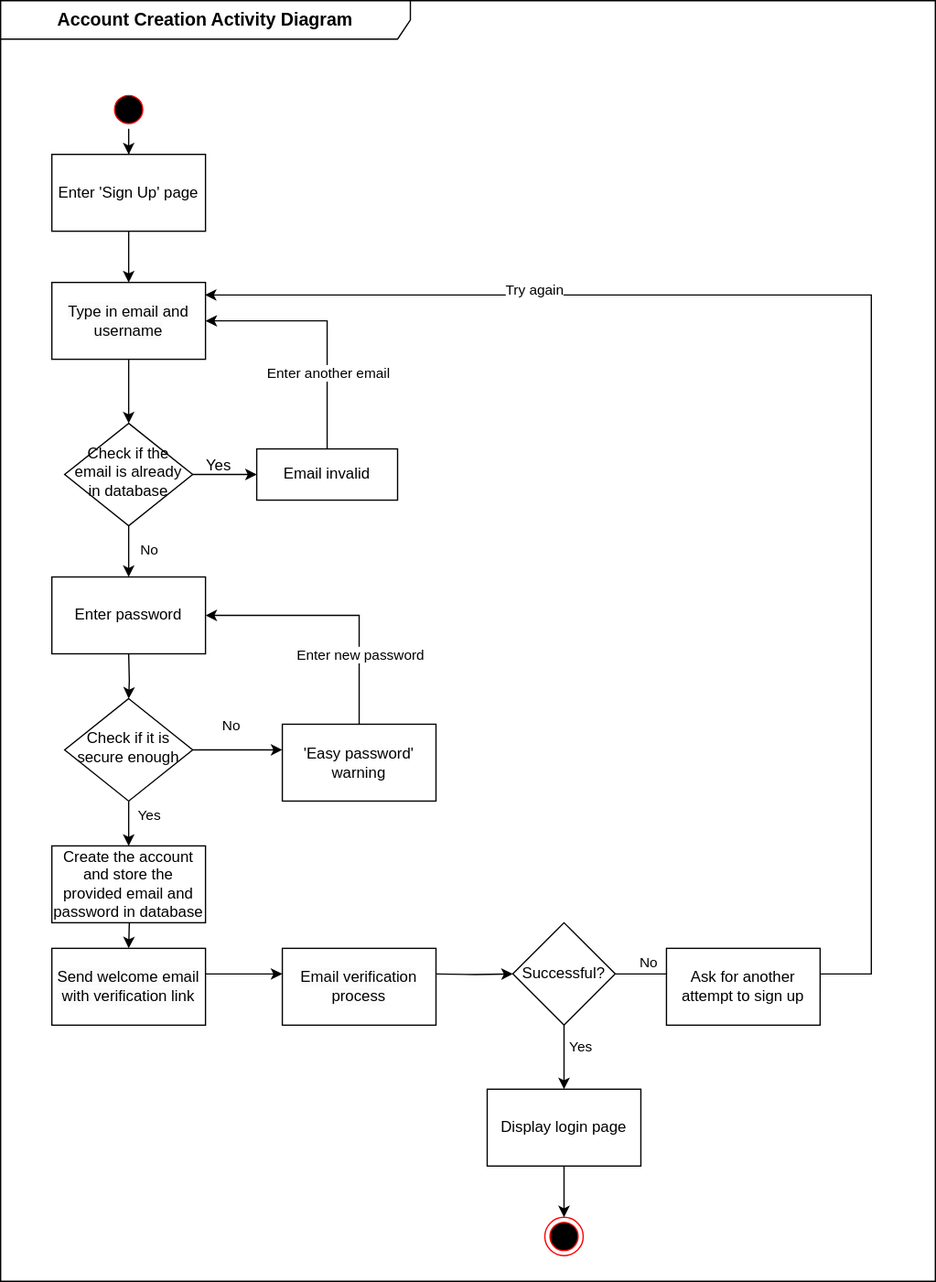
The draw.io diagram docs/assets/images/diagrams/Account Creation.drawio.svg in LeoLin930104/PBL3, before a commit. Source tidied: cells renumbered, new cells last; positions are measured from the earlier drawing's top-left corner, leaving out a move shared by most shapes.
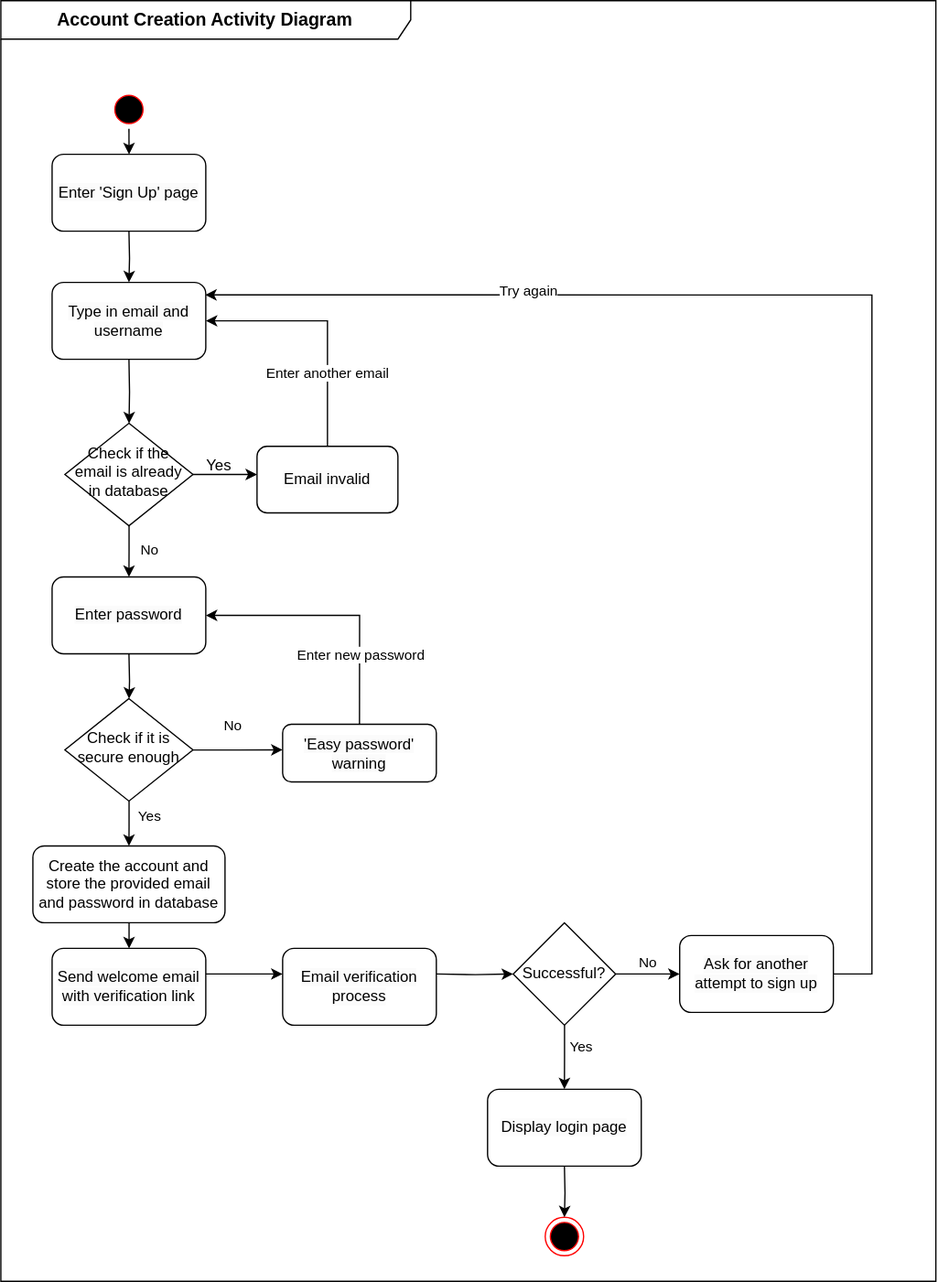
After the change.

Change to the diagram source:
```diff
@@ -2,16 +2,19 @@
   <root>
     <mxCell id="0" />
     <mxCell id="1" parent="0" />
-    <mxCell id="2" style="edgeStyle=orthogonalEdgeStyle;rounded=0;jettySize=auto;html=1;" parent="1" edge="1" source="5" target="34">
+    <mxCell id="2" style="edgeStyle=orthogonalEdgeStyle;rounded=0;jettySize=auto;html=1;" parent="1" edge="1" source="5">
       <mxGeometry relative="1" as="geometry">
+        <mxPoint x="200" y="370" as="targetPoint" />
         <Array as="points">
           <mxPoint x="190" y="370" />
           <mxPoint x="190" y="370" />
         </Array>
       </mxGeometry>
     </mxCell>
-    <mxCell id="3" style="edgeStyle=orthogonalEdgeStyle;rounded=0;jettySize=auto;html=1;" parent="1" edge="1" source="5" target="36">
-      <mxGeometry relative="1" as="geometry" />
+    <mxCell id="3" style="edgeStyle=orthogonalEdgeStyle;rounded=0;jettySize=auto;html=1;" parent="1" edge="1" source="5">
+      <mxGeometry relative="1" as="geometry">
+        <mxPoint x="100" y="450" as="targetPoint" />
+      </mxGeometry>
     </mxCell>
     <mxCell id="4" value="No" style="edgeLabel;html=1;align=center;verticalAlign=middle;" parent="3" vertex="1">
       <mxGeometry x="-0.1" relative="1" as="geometry">
@@ -26,8 +29,9 @@
         <mxPoint x="100" y="510" as="sourcePoint" />
       </mxGeometry>
     </mxCell>
-    <mxCell id="7" style="edgeStyle=orthogonalEdgeStyle;rounded=0;jettySize=auto;html=1;exitX=0.5;exitY=0;exitDx=0;exitDy=0;" parent="1" edge="1" source="34">
+    <mxCell id="7" style="edgeStyle=orthogonalEdgeStyle;rounded=0;orthogonalLoop=1;jettySize=auto;html=1;exitX=0.5;exitY=0;exitDx=0;exitDy=0;" parent="1" edge="1">
       <mxGeometry relative="1" as="geometry">
+        <mxPoint x="255" y="350" as="sourcePoint" />
         <mxPoint x="160" y="250" as="targetPoint" />
         <Array as="points">
           <mxPoint x="255" y="250" />
@@ -65,15 +69,10 @@
     <mxCell id="14" value="Check if it is secure enough" style="rhombus;whiteSpace=wrap;html=1;shadow=0;fontFamily=Helvetica;fontSize=12;align=center;strokeWidth=1;spacing=6;spacingTop=-4;" parent="1" vertex="1">
       <mxGeometry x="50" y="545" width="100" height="80" as="geometry" />
     </mxCell>
-    <mxCell id="15" style="edgeStyle=orthogonalEdgeStyle;rounded=0;orthogonalLoop=1;jettySize=auto;html=1;" parent="1" edge="1">
-      <mxGeometry relative="1" as="geometry">
-        <mxPoint x="100" y="700" as="sourcePoint" />
-        <mxPoint x="100" y="740" as="targetPoint" />
-      </mxGeometry>
-    </mxCell>
-    <mxCell id="16" style="edgeStyle=orthogonalEdgeStyle;rounded=0;jettySize=auto;html=1;entryX=1;entryY=0.5;entryDx=0;entryDy=0;" parent="1" edge="1" target="36">
+    <mxCell id="16" style="edgeStyle=orthogonalEdgeStyle;rounded=0;orthogonalLoop=1;jettySize=auto;html=1;entryX=1;entryY=0.5;entryDx=0;entryDy=0;" parent="1" edge="1">
       <mxGeometry relative="1" as="geometry">
         <mxPoint x="280" y="565" as="sourcePoint" />
+        <mxPoint x="160" y="480" as="targetPoint" />
         <Array as="points">
           <mxPoint x="280" y="480" />
         </Array>
@@ -90,8 +89,10 @@
         <mxPoint x="220" y="760" as="targetPoint" />
       </mxGeometry>
     </mxCell>
-    <mxCell id="19" style="edgeStyle=orthogonalEdgeStyle;rounded=0;jettySize=auto;html=1;" parent="1" edge="1" source="20" target="31">
-      <mxGeometry relative="1" as="geometry" />
+    <mxCell id="19" style="edgeStyle=orthogonalEdgeStyle;rounded=0;jettySize=auto;html=1;" parent="1" edge="1" source="20">
+      <mxGeometry relative="1" as="geometry">
+        <mxPoint x="100" y="120" as="targetPoint" />
+      </mxGeometry>
     </mxCell>
     <mxCell id="20" style="ellipse;html=1;shape=startState;fillColor=#000000;strokeColor=#ff0000;" parent="1" vertex="1">
       <mxGeometry x="85" y="70" width="30" height="30" as="geometry" />
@@ -124,8 +125,9 @@
     <mxCell id="26" value="Successful?" style="rhombus;whiteSpace=wrap;html=1;" parent="1" vertex="1">
       <mxGeometry x="400" y="720" width="80" height="80" as="geometry" />
     </mxCell>
-    <mxCell id="27" style="edgeStyle=orthogonalEdgeStyle;rounded=0;jettySize=auto;html=1;exitX=1;exitY=0.5;exitDx=0;exitDy=0;entryX=0.996;entryY=0.163;entryDx=0;entryDy=0;entryPerimeter=0;" parent="1" edge="1" source="41" target="33">
+    <mxCell id="27" style="edgeStyle=orthogonalEdgeStyle;rounded=0;jettySize=auto;html=1;exitX=1;exitY=0.5;exitDx=0;exitDy=0;entryX=0.996;entryY=0.163;entryDx=0;entryDy=0;entryPerimeter=0;" parent="1" edge="1" source="41">
       <mxGeometry relative="1" as="geometry">
+        <mxPoint x="159.5" y="229.8" as="targetPoint" />
         <Array as="points">
           <mxPoint x="680" y="760" />
           <mxPoint x="680" y="230" />
@@ -135,50 +137,62 @@
     <mxCell id="28" value="Try again" style="edgeLabel;html=1;align=center;verticalAlign=middle;" parent="27" vertex="1">
       <mxGeometry x="0.53" y="-4" relative="1" as="geometry" />
     </mxCell>
-    <mxCell id="29" style="edgeStyle=orthogonalEdgeStyle;rounded=0;jettySize=auto;html=1;" parent="1" edge="1" source="42" target="9">
-      <mxGeometry relative="1" as="geometry" />
+    <mxCell id="29" style="edgeStyle=orthogonalEdgeStyle;rounded=0;jettySize=auto;html=1;" parent="1" edge="1" target="9">
+      <mxGeometry relative="1" as="geometry">
+        <mxPoint x="440" y="910" as="sourcePoint" />
+      </mxGeometry>
     </mxCell>
-    <mxCell id="30" style="edgeStyle=orthogonalEdgeStyle;rounded=0;jettySize=auto;html=1;" parent="1" edge="1" source="31" target="33">
-      <mxGeometry relative="1" as="geometry" />
+    <mxCell id="30" style="edgeStyle=orthogonalEdgeStyle;rounded=0;orthogonalLoop=1;jettySize=auto;html=1;" parent="1" edge="1">
+      <mxGeometry relative="1" as="geometry">
+        <mxPoint x="100" y="180" as="sourcePoint" />
+        <mxPoint x="100" y="220" as="targetPoint" />
+      </mxGeometry>
     </mxCell>
+    <mxCell id="32" style="edgeStyle=orthogonalEdgeStyle;rounded=0;jettySize=auto;html=1;" parent="1" edge="1" target="5">
+      <mxGeometry relative="1" as="geometry">
+        <mxPoint x="100" y="280" as="sourcePoint" />
+      </mxGeometry>
+    </mxCell>
+    <mxCell id="35" value="Yes" style="text;html=1;align=center;verticalAlign=middle;strokeColor=none;fillColor=none;" parent="1" vertex="1">
+      <mxGeometry x="150" y="348" width="40" height="30" as="geometry" />
+    </mxCell>
+    <mxCell id="43" value="&lt;b&gt;&lt;font style=&quot;font-size: 14px;&quot;&gt;Account Creation Activity Diagram&lt;/font&gt;&lt;/b&gt;" style="shape=umlFrame;whiteSpace=wrap;html=1;width=320;height=30;" parent="1" vertex="1">
+      <mxGeometry width="730" height="1000" as="geometry" />
+    </mxCell>
-    <mxCell id="31" value="Enter 'Sign Up' page" style="rounded=0;whiteSpace=wrap;html=1;" parent="1" vertex="1">
+    <mxCell id="31" value="&lt;span style=&quot;color: rgb(0, 0, 0); font-family: Helvetica; font-size: 12px; font-style: normal; font-variant-ligatures: normal; font-variant-caps: normal; font-weight: 400; letter-spacing: normal; orphans: 2; text-align: center; text-indent: 0px; text-transform: none; widows: 2; word-spacing: 0px; -webkit-text-stroke-width: 0px; white-space: normal; background-color: rgb(251, 251, 251); text-decoration-thickness: initial; text-decoration-style: initial; text-decoration-color: initial; display: inline !important; float: none;&quot;&gt;Enter 'Sign Up' page&lt;/span&gt;" style="rounded=1;whiteSpace=wrap;html=1;" parent="1" vertex="1">
       <mxGeometry x="40" y="120" width="120" height="60" as="geometry" />
     </mxCell>
-    <mxCell id="32" style="edgeStyle=orthogonalEdgeStyle;rounded=0;jettySize=auto;html=1;" parent="1" edge="1" source="33" target="5">
-      <mxGeometry relative="1" as="geometry" />
-    </mxCell>
-    <mxCell id="33" value="&lt;span style=&quot;color: rgb(0, 0, 0); font-family: Helvetica; font-size: 12px; font-style: normal; font-variant-ligatures: normal; font-variant-caps: normal; font-weight: 400; letter-spacing: normal; orphans: 2; text-align: center; text-indent: 0px; text-transform: none; widows: 2; word-spacing: 0px; -webkit-text-stroke-width: 0px; white-space: normal; background-color: rgb(251, 251, 251); text-decoration-thickness: initial; text-decoration-style: initial; text-decoration-color: initial; display: inline !important; float: none;&quot;&gt;Type in email and username&lt;/span&gt;" style="rounded=0;whiteSpace=wrap;html=1;" parent="1" vertex="1">
+    <mxCell id="33" value="&lt;span style=&quot;color: rgb(0, 0, 0); font-family: Helvetica; font-size: 12px; font-style: normal; font-variant-ligatures: normal; font-variant-caps: normal; font-weight: 400; letter-spacing: normal; orphans: 2; text-align: center; text-indent: 0px; text-transform: none; widows: 2; word-spacing: 0px; -webkit-text-stroke-width: 0px; white-space: normal; background-color: rgb(251, 251, 251); text-decoration-thickness: initial; text-decoration-style: initial; text-decoration-color: initial; display: inline !important; float: none;&quot;&gt;Type in email and username&lt;/span&gt;" style="rounded=1;whiteSpace=wrap;html=1;" parent="1" vertex="1">
       <mxGeometry x="40" y="220" width="120" height="60" as="geometry" />
     </mxCell>
-    <mxCell id="34" value="Email invalid" style="rounded=0;whiteSpace=wrap;html=1;" parent="1" vertex="1">
-      <mxGeometry x="200" y="350" width="110" height="40" as="geometry" />
+    <mxCell id="34" value="&lt;span style=&quot;color: rgb(0, 0, 0); font-family: Helvetica; font-size: 12px; font-style: normal; font-variant-ligatures: normal; font-variant-caps: normal; font-weight: 400; letter-spacing: normal; orphans: 2; text-align: center; text-indent: 0px; text-transform: none; widows: 2; word-spacing: 0px; -webkit-text-stroke-width: 0px; white-space: normal; background-color: rgb(251, 251, 251); text-decoration-thickness: initial; text-decoration-style: initial; text-decoration-color: initial; display: inline !important; float: none;&quot;&gt;Email invalid&lt;/span&gt;" style="rounded=1;whiteSpace=wrap;html=1;" parent="1" vertex="1">
+      <mxGeometry x="200" y="348" width="110" height="52" as="geometry" />
     </mxCell>
-    <mxCell id="35" value="Yes" style="text;html=1;align=center;verticalAlign=middle;strokeColor=none;fillColor=none;" parent="1" vertex="1">
-      <mxGeometry x="150" y="348" width="40" height="30" as="geometry" />
-    </mxCell>
-    <mxCell id="36" value="Enter password" style="rounded=0;whiteSpace=wrap;html=1;" parent="1" vertex="1">
+    <mxCell id="36" value="&lt;span style=&quot;color: rgb(0, 0, 0); font-family: Helvetica; font-size: 12px; font-style: normal; font-variant-ligatures: normal; font-variant-caps: normal; font-weight: 400; letter-spacing: normal; orphans: 2; text-align: center; text-indent: 0px; text-transform: none; widows: 2; word-spacing: 0px; -webkit-text-stroke-width: 0px; white-space: normal; background-color: rgb(251, 251, 251); text-decoration-thickness: initial; text-decoration-style: initial; text-decoration-color: initial; display: inline !important; float: none;&quot;&gt;Enter password&lt;/span&gt;" style="rounded=1;whiteSpace=wrap;html=1;" parent="1" vertex="1">
       <mxGeometry x="40" y="450" width="120" height="60" as="geometry" />
     </mxCell>
-    <mxCell id="37" value="'Easy password' warning" style="rounded=0;whiteSpace=wrap;html=1;" parent="1" vertex="1">
-      <mxGeometry x="220" y="565" width="120" height="60" as="geometry" />
+    <mxCell id="37" value="&lt;span style=&quot;color: rgb(0, 0, 0); font-family: Helvetica; font-size: 12px; font-style: normal; font-variant-ligatures: normal; font-variant-caps: normal; font-weight: 400; letter-spacing: normal; orphans: 2; text-align: center; text-indent: 0px; text-transform: none; widows: 2; word-spacing: 0px; -webkit-text-stroke-width: 0px; white-space: normal; background-color: rgb(251, 251, 251); text-decoration-thickness: initial; text-decoration-style: initial; text-decoration-color: initial; display: inline !important; float: none;&quot;&gt;'Easy password' warning&lt;/span&gt;" style="rounded=1;whiteSpace=wrap;html=1;" parent="1" vertex="1">
+      <mxGeometry x="220" y="565" width="120" height="45" as="geometry" />
     </mxCell>
+    <mxCell id="44" style="edgeStyle=orthogonalEdgeStyle;rounded=0;jettySize=auto;html=1;" parent="1" edge="1" source="38">
+      <mxGeometry relative="1" as="geometry">
+        <mxPoint x="100" y="740" as="targetPoint" />
+      </mxGeometry>
+    </mxCell>
-    <mxCell id="38" value="Create the account and store the provided email and password in database" style="rounded=0;whiteSpace=wrap;html=1;" parent="1" vertex="1">
-      <mxGeometry x="40" y="660" width="120" height="60" as="geometry" />
+    <mxCell id="38" value="Create the account and store the provided email and password in database" style="rounded=1;whiteSpace=wrap;html=1;" parent="1" vertex="1">
+      <mxGeometry x="25" y="660" width="150" height="60" as="geometry" />
     </mxCell>
-    <mxCell id="39" value="&lt;span style=&quot;color: rgb(0, 0, 0); font-family: Helvetica; font-size: 12px; font-style: normal; font-variant-ligatures: normal; font-variant-caps: normal; font-weight: 400; letter-spacing: normal; orphans: 2; text-align: center; text-indent: 0px; text-transform: none; widows: 2; word-spacing: 0px; -webkit-text-stroke-width: 0px; white-space: normal; background-color: rgb(251, 251, 251); text-decoration-thickness: initial; text-decoration-style: initial; text-decoration-color: initial; display: inline !important; float: none;&quot;&gt;Send welcome email with verification link&lt;/span&gt;" style="rounded=0;whiteSpace=wrap;html=1;" parent="1" vertex="1">
+    <mxCell id="39" value="&lt;span style=&quot;color: rgb(0, 0, 0); font-family: Helvetica; font-size: 12px; font-style: normal; font-variant-ligatures: normal; font-variant-caps: normal; font-weight: 400; letter-spacing: normal; orphans: 2; text-align: center; text-indent: 0px; text-transform: none; widows: 2; word-spacing: 0px; -webkit-text-stroke-width: 0px; white-space: normal; background-color: rgb(251, 251, 251); text-decoration-thickness: initial; text-decoration-style: initial; text-decoration-color: initial; display: inline !important; float: none;&quot;&gt;Send welcome email with verification link&lt;/span&gt;" style="rounded=1;whiteSpace=wrap;html=1;" parent="1" vertex="1">
       <mxGeometry x="40" y="740" width="120" height="60" as="geometry" />
     </mxCell>
-    <mxCell id="40" value="&lt;span style=&quot;color: rgb(0, 0, 0); font-family: Helvetica; font-size: 12px; font-style: normal; font-variant-ligatures: normal; font-variant-caps: normal; font-weight: 400; letter-spacing: normal; orphans: 2; text-align: center; text-indent: 0px; text-transform: none; widows: 2; word-spacing: 0px; -webkit-text-stroke-width: 0px; white-space: normal; background-color: rgb(251, 251, 251); text-decoration-thickness: initial; text-decoration-style: initial; text-decoration-color: initial; display: inline !important; float: none;&quot;&gt;Email verification process&lt;/span&gt;" style="rounded=0;whiteSpace=wrap;html=1;" parent="1" vertex="1">
+    <mxCell id="40" value="&lt;span style=&quot;color: rgb(0, 0, 0); font-family: Helvetica; font-size: 12px; font-style: normal; font-variant-ligatures: normal; font-variant-caps: normal; font-weight: 400; letter-spacing: normal; orphans: 2; text-align: center; text-indent: 0px; text-transform: none; widows: 2; word-spacing: 0px; -webkit-text-stroke-width: 0px; white-space: normal; background-color: rgb(251, 251, 251); text-decoration-thickness: initial; text-decoration-style: initial; text-decoration-color: initial; display: inline !important; float: none;&quot;&gt;Email verification process&lt;/span&gt;" style="rounded=1;whiteSpace=wrap;html=1;" parent="1" vertex="1">
       <mxGeometry x="220" y="740" width="120" height="60" as="geometry" />
     </mxCell>
-    <mxCell id="41" value="Ask for another attempt to sign up" style="rounded=0;whiteSpace=wrap;html=1;" parent="1" vertex="1">
-      <mxGeometry x="520" y="740" width="120" height="60" as="geometry" />
+    <mxCell id="41" value="&lt;span style=&quot;color: rgb(0, 0, 0); font-family: Helvetica; font-size: 12px; font-style: normal; font-variant-ligatures: normal; font-variant-caps: normal; font-weight: 400; letter-spacing: normal; orphans: 2; text-align: center; text-indent: 0px; text-transform: none; widows: 2; word-spacing: 0px; -webkit-text-stroke-width: 0px; white-space: normal; background-color: rgb(251, 251, 251); text-decoration-thickness: initial; text-decoration-style: initial; text-decoration-color: initial; display: inline !important; float: none;&quot;&gt;Ask for another attempt to sign up&lt;/span&gt;" style="rounded=1;whiteSpace=wrap;html=1;" parent="1" vertex="1">
+      <mxGeometry x="530" y="730" width="120" height="60" as="geometry" />
     </mxCell>
-    <mxCell id="42" value="Display login page" style="rounded=0;whiteSpace=wrap;html=1;" parent="1" vertex="1">
+    <mxCell id="42" value="&lt;span style=&quot;color: rgb(0, 0, 0); font-family: Helvetica; font-size: 12px; font-style: normal; font-variant-ligatures: normal; font-variant-caps: normal; font-weight: 400; letter-spacing: normal; orphans: 2; text-align: center; text-indent: 0px; text-transform: none; widows: 2; word-spacing: 0px; -webkit-text-stroke-width: 0px; white-space: normal; background-color: rgb(251, 251, 251); text-decoration-thickness: initial; text-decoration-style: initial; text-decoration-color: initial; display: inline !important; float: none;&quot;&gt;Display login page&lt;/span&gt;" style="rounded=1;whiteSpace=wrap;html=1;" parent="1" vertex="1">
       <mxGeometry x="380" y="850" width="120" height="60" as="geometry" />
     </mxCell>
-    <mxCell id="43" value="&lt;b&gt;&lt;font style=&quot;font-size: 14px;&quot;&gt;Account Creation Activity Diagram&lt;/font&gt;&lt;/b&gt;" style="shape=umlFrame;whiteSpace=wrap;html=1;width=320;height=30;" parent="1" vertex="1">
-      <mxGeometry width="730" height="1000" as="geometry" />
-    </mxCell>
   </root>
 </mxGraphModel>
```
